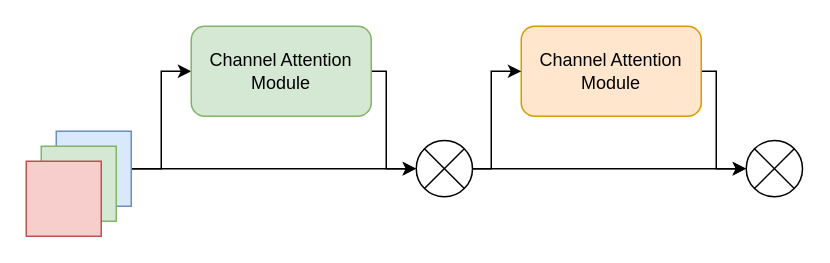
Before: cbam2.drawio in YANGJUNYAN0715/papers, a draw.io diagram. Source tidied: cells renumbered, new cells numbered last; positions are measured from the earlier drawing's top-left corner, leaving out a move shared by most shapes. Both pictures are drawn from the tidied source at 150%, with x=0, y=0 at pixel (26, 26).
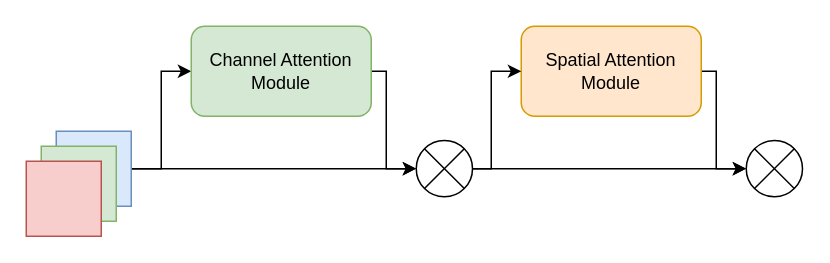
The same diagram, later.

The edit, as a diff of the source:
```diff
@@
-    <mxCell id="10" value="Channel Attention Module" style="rounded=1;whiteSpace=wrap;html=1;fillColor=#ffe6cc;strokeColor=#d79b00;" parent="1" vertex="1">
+    <mxCell id="10" value="Spatial Attention Module" style="rounded=1;whiteSpace=wrap;html=1;fillColor=#ffe6cc;strokeColor=#d79b00;" parent="1" vertex="1">
       <mxGeometry x="330" width="120" height="60" as="geometry" />
     </mxCell>
```
